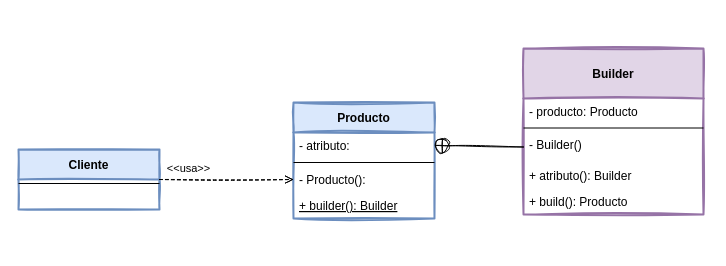
The draw.io diagram page "Builder - Plantilla B" (2 of 6) of Builder.drawio in JavaTutoriales/Builder, before the edit. Source tidied: cells renumbered, new cells numbered last; positions are measured from the earlier drawing's top-left corner, leaving out a move shared by most shapes. Both pictures are drawn from the tidied source at 100%, with x=0, y=0 at pixel (18, 48).
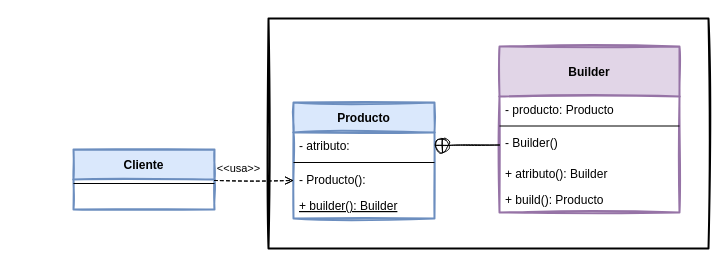
After the change.

Change to the diagram source:
```diff
@@
 <mxGraphModel>
   <root>
     <mxCell id="0" />
     <mxCell id="1" parent="0" />
+    <mxCell id="17" style="rounded=0;whiteSpace=wrap;html=1;sketch=1;fillStyle=solid;startSize=30;strokeWidth=2;" parent="1" vertex="1">
+      <mxGeometry x="250" y="-30" width="440" height="230" as="geometry" />
+    </mxCell>
     <mxCell id="2" value="Producto" style="swimlane;fontStyle=1;align=center;verticalAlign=middle;horizontal=1;startSize=30;rounded=0;shadow=0;strokeWidth=2;strokeColor=#6c8ebf;fillColor=#dae8fc;swimlaneFillColor=rgba(255, 255, 255, 1);sketch=1;fillStyle=solid;" parent="1" vertex="1">
       <mxGeometry x="275" y="54" width="141" height="116" as="geometry" />
     </mxCell>
     <mxCell id="3" value="- atributo: " style="text;strokeColor=none;fillColor=none;align=left;verticalAlign=top;spacingLeft=4;spacingRight=4;overflow=hidden;points=[[0,0.5],[1,0.5]];portConstraint=eastwest;sketch=1;" parent="2" vertex="1">
       <mxGeometry y="30" width="141" height="26" as="geometry" />
     </mxCell>
     <mxCell id="4" style="line;html=1;strokeWidth=1;align=left;verticalAlign=middle;spacingTop=-1;spacingLeft=3;spacingRight=3;labelPosition=right;" parent="2" vertex="1">
       <mxGeometry y="56" width="141" height="8" as="geometry" />
     </mxCell>
     <mxCell id="5" value="- Producto():" style="text;strokeColor=none;fillColor=none;align=left;verticalAlign=top;spacingLeft=4;spacingRight=4;overflow=hidden;points=[[0,0.5],[1,0.5]];portConstraint=eastwest;sketch=1;" parent="2" vertex="1">
       <mxGeometry y="64" width="141" height="26" as="geometry" />
     </mxCell>
     <mxCell id="6" value="+ builder(): Builder" style="text;strokeColor=none;fillColor=none;align=left;verticalAlign=top;spacingLeft=4;spacingRight=4;overflow=hidden;sketch=1;fontStyle=4;" parent="2" vertex="1">
       <mxGeometry y="90" width="141" height="26" as="geometry" />
     </mxCell>
     <mxCell id="7" value="Builder" style="swimlane;fontStyle=1;align=center;verticalAlign=middle;horizontal=1;startSize=50;rounded=0;shadow=0;strokeWidth=2;strokeColor=#9673a6;fillColor=#e1d5e7;swimlaneFillColor=rgba(255, 255, 255, 1);sketch=1;fillStyle=solid;" parent="1" vertex="1">
-      <mxGeometry x="505" width="180" height="166" as="geometry" />
+      <mxGeometry x="481" y="-2" width="180" height="166" as="geometry" />
     </mxCell>
     <mxCell id="8" value="- producto: Producto" style="text;strokeColor=none;fillColor=none;align=left;verticalAlign=top;spacingLeft=4;spacingRight=4;overflow=hidden;sketch=1;" parent="7" vertex="1">
       <mxGeometry y="50" width="180" height="26" as="geometry" />
     </mxCell>
     <mxCell id="9" style="line;html=1;strokeWidth=1;align=left;verticalAlign=middle;spacingTop=-1;spacingLeft=3;spacingRight=3;labelPosition=right;" parent="7" vertex="1">
       <mxGeometry y="76" width="180" height="7" as="geometry" />
     </mxCell>
     <mxCell id="10" value="- Builder()" style="text;strokeColor=none;fillColor=none;align=left;verticalAlign=top;spacingLeft=4;spacingRight=4;overflow=hidden;points=[[0,0.5],[1,0.5]];portConstraint=eastwest;rounded=1;sketch=1;fillStyle=solid;startSize=30;" parent="7" vertex="1">
       <mxGeometry y="83" width="180" height="31" as="geometry" />
     </mxCell>
     <mxCell id="11" value="+ atributo(): Builder" style="text;strokeColor=none;fillColor=none;align=left;verticalAlign=top;spacingLeft=4;spacingRight=4;overflow=hidden;sketch=1;" parent="7" vertex="1">
       <mxGeometry y="114" width="180" height="26" as="geometry" />
     </mxCell>
     <mxCell id="12" value="+ build(): Producto" style="text;strokeColor=none;fillColor=none;align=left;verticalAlign=top;spacingLeft=4;spacingRight=4;overflow=hidden;sketch=1;" parent="7" vertex="1">
       <mxGeometry y="140" width="180" height="26" as="geometry" />
     </mxCell>
     <mxCell id="13" style="endArrow=none;startArrow=circlePlus;endFill=0;startFill=0;endSize=8;html=1;rounded=0;sketch=1;exitX=1;exitY=0.5;exitDx=0;exitDy=0;entryX=0;entryY=0.5;entryDx=0;entryDy=0;" parent="1" edge="1" source="3" target="10">
       <mxGeometry relative="1" as="geometry" />
     </mxCell>
     <mxCell id="14" value="Cliente" style="swimlane;fontStyle=1;align=center;verticalAlign=middle;horizontal=1;startSize=30;rounded=0;shadow=0;strokeWidth=2;strokeColor=#6c8ebf;fillColor=#dae8fc;swimlaneFillColor=rgba(255, 255, 255, 1);sketch=1;fillStyle=solid;" parent="1" vertex="1">
-      <mxGeometry y="101" width="141" height="60" as="geometry" />
+      <mxGeometry x="55" y="101" width="141" height="60" as="geometry" />
     </mxCell>
     <mxCell id="15" style="line;html=1;strokeWidth=1;align=left;verticalAlign=middle;spacingTop=-1;spacingLeft=3;spacingRight=3;labelPosition=right;" parent="14" vertex="1">
       <mxGeometry y="30" width="141" height="8" as="geometry" />
     </mxCell>
-    <mxCell id="16" value="&amp;lt;&amp;lt;usa&amp;gt;&amp;gt;" style="edgeStyle=orthogonalEdgeStyle;rounded=0;jettySize=auto;html=1;startSize=30;dashed=1;endFill=0;endArrow=open;exitX=1;exitY=0.5;exitDx=0;exitDy=0;sketch=1;entryX=0;entryY=0.5;entryDx=0;entryDy=0;" parent="1" edge="1" source="14" target="5">
-      <mxGeometry x="-0.57" y="11" relative="1" as="geometry" />
+    <mxCell id="16" value="&amp;lt;&amp;lt;usa&amp;gt;&amp;gt;" style="edgeStyle=orthogonalEdgeStyle;rounded=0;orthogonalLoop=1;jettySize=auto;html=1;startSize=30;dashed=1;endFill=0;endArrow=open;exitX=1;exitY=0.5;exitDx=0;exitDy=0;sketch=1;entryX=0;entryY=0.5;entryDx=0;entryDy=0;" parent="1" edge="1">
+      <mxGeometry x="-0.39" y="12" relative="1" as="geometry">
+        <mxPoint x="196" y="132" as="sourcePoint" />
+        <mxPoint x="275" y="132" as="targetPoint" />
+      </mxGeometry>
     </mxCell>
   </root>
 </mxGraphModel>
```
